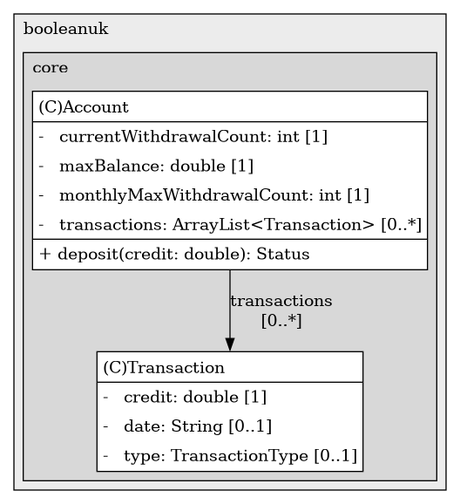
Earlier version of the PlantUML export class-models/Transaction_structure.png (boolean-uk/java-tdd-oop-bank-challenge). Its source is kept beside it as src/main/java/com/booleanuk/core/Transaction_structure.puml. Source of this version:
```plantuml
@startuml




digraph g {
    rankdir="TB"
    splines=polyline


subgraph cluster_2058424510 {
   	label=booleanuk
	labeljust=l
	fillcolor="#ececec"
	style=filled

   subgraph cluster_543727311 {
   	label=core
	labeljust=l
	fillcolor="#d8d8d8"
	style=filled

   Account1325589212[
	label=<<TABLE BORDER="1" CELLBORDER="0" CELLPADDING="4" CELLSPACING="0">
<TR><TD ALIGN="LEFT" >(C)Account</TD></TR>
<HR/>
<TR><TD ALIGN="LEFT" >-   currentWithdrawalCount: int [1]</TD></TR>
<TR><TD ALIGN="LEFT" >-   maxBalance: double [1]</TD></TR>
<TR><TD ALIGN="LEFT" >-   monthlyMaxWithdrawalCount: int [1]</TD></TR>
<TR><TD ALIGN="LEFT" >-   transactions: ArrayList&lt;Transaction&gt; [0..*]</TD></TR>
<HR/>
<TR><TD ALIGN="LEFT" >+ deposit(credit: double): Status</TD></TR>
</TABLE>>
	style=filled
	margin=0
	shape=plaintext
	fillcolor="#FFFFFF"
];

Transaction1325589212[
	label=<<TABLE BORDER="1" CELLBORDER="0" CELLPADDING="4" CELLSPACING="0">
<TR><TD ALIGN="LEFT" >(C)Transaction</TD></TR>
<HR/>
<TR><TD ALIGN="LEFT" >-   credit: double [1]</TD></TR>
<TR><TD ALIGN="LEFT" >-   date: String [0..1]</TD></TR>
<TR><TD ALIGN="LEFT" >-   type: TransactionType [0..1]</TD></TR>
</TABLE>>
	style=filled
	margin=0
	shape=plaintext
	fillcolor="#FFFFFF"
];
}
}

Account1325589212 -> Transaction1325589212[label="transactions
[0..*]"];

}
@enduml
```
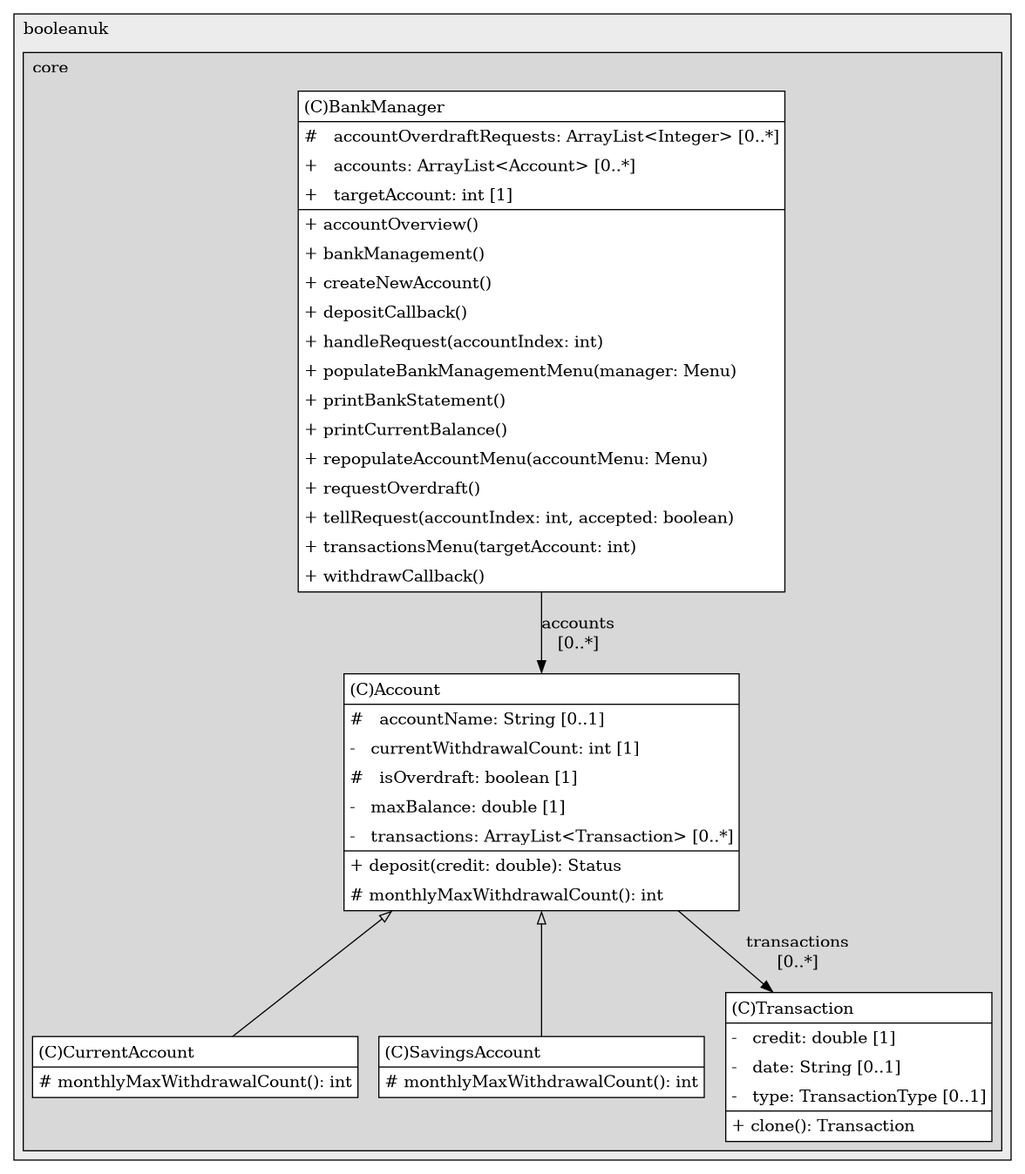
After the commit.

Diff of the diagram source:
```diff
@@ -24,12 +24,66 @@
 	label=<<TABLE BORDER="1" CELLBORDER="0" CELLPADDING="4" CELLSPACING="0">
 <TR><TD ALIGN="LEFT" >(C)Account</TD></TR>
 <HR/>
+<TR><TD ALIGN="LEFT" >#   accountName: String [0..1]</TD></TR>
 <TR><TD ALIGN="LEFT" >-   currentWithdrawalCount: int [1]</TD></TR>
+<TR><TD ALIGN="LEFT" >#   isOverdraft: boolean [1]</TD></TR>
 <TR><TD ALIGN="LEFT" >-   maxBalance: double [1]</TD></TR>
-<TR><TD ALIGN="LEFT" >-   monthlyMaxWithdrawalCount: int [1]</TD></TR>
 <TR><TD ALIGN="LEFT" >-   transactions: ArrayList&lt;Transaction&gt; [0..*]</TD></TR>
 <HR/>
 <TR><TD ALIGN="LEFT" >+ deposit(credit: double): Status</TD></TR>
+<TR><TD ALIGN="LEFT" ># monthlyMaxWithdrawalCount(): int</TD></TR>
+</TABLE>>
+	style=filled
+	margin=0
+	shape=plaintext
+	fillcolor="#FFFFFF"
+];
+
+BankManager1325589212[
+	label=<<TABLE BORDER="1" CELLBORDER="0" CELLPADDING="4" CELLSPACING="0">
+<TR><TD ALIGN="LEFT" >(C)BankManager</TD></TR>
+<HR/>
+<TR><TD ALIGN="LEFT" >#   accountOverdraftRequests: ArrayList&lt;Integer&gt; [0..*]</TD></TR>
+<TR><TD ALIGN="LEFT" >+   accounts: ArrayList&lt;Account&gt; [0..*]</TD></TR>
+<TR><TD ALIGN="LEFT" >+   targetAccount: int [1]</TD></TR>
+<HR/>
+<TR><TD ALIGN="LEFT" >+ accountOverview()</TD></TR>
+<TR><TD ALIGN="LEFT" >+ bankManagement()</TD></TR>
+<TR><TD ALIGN="LEFT" >+ createNewAccount()</TD></TR>
+<TR><TD ALIGN="LEFT" >+ depositCallback()</TD></TR>
+<TR><TD ALIGN="LEFT" >+ handleRequest(accountIndex: int)</TD></TR>
+<TR><TD ALIGN="LEFT" >+ populateBankManagementMenu(manager: Menu)</TD></TR>
+<TR><TD ALIGN="LEFT" >+ printBankStatement()</TD></TR>
+<TR><TD ALIGN="LEFT" >+ printCurrentBalance()</TD></TR>
+<TR><TD ALIGN="LEFT" >+ repopulateAccountMenu(accountMenu: Menu)</TD></TR>
+<TR><TD ALIGN="LEFT" >+ requestOverdraft()</TD></TR>
+<TR><TD ALIGN="LEFT" >+ tellRequest(accountIndex: int, accepted: boolean)</TD></TR>
+<TR><TD ALIGN="LEFT" >+ transactionsMenu(targetAccount: int)</TD></TR>
+<TR><TD ALIGN="LEFT" >+ withdrawCallback()</TD></TR>
+</TABLE>>
+	style=filled
+	margin=0
+	shape=plaintext
+	fillcolor="#FFFFFF"
+];
+
+CurrentAccount1325589212[
+	label=<<TABLE BORDER="1" CELLBORDER="0" CELLPADDING="4" CELLSPACING="0">
+<TR><TD ALIGN="LEFT" >(C)CurrentAccount</TD></TR>
+<HR/>
+<TR><TD ALIGN="LEFT" ># monthlyMaxWithdrawalCount(): int</TD></TR>
+</TABLE>>
+	style=filled
+	margin=0
+	shape=plaintext
+	fillcolor="#FFFFFF"
+];
+
+SavingsAccount1325589212[
+	label=<<TABLE BORDER="1" CELLBORDER="0" CELLPADDING="4" CELLSPACING="0">
+<TR><TD ALIGN="LEFT" >(C)SavingsAccount</TD></TR>
+<HR/>
+<TR><TD ALIGN="LEFT" ># monthlyMaxWithdrawalCount(): int</TD></TR>
 </TABLE>>
 	style=filled
 	margin=0
@@ -44,6 +98,8 @@
 <TR><TD ALIGN="LEFT" >-   credit: double [1]</TD></TR>
 <TR><TD ALIGN="LEFT" >-   date: String [0..1]</TD></TR>
 <TR><TD ALIGN="LEFT" >-   type: TransactionType [0..1]</TD></TR>
+<HR/>
+<TR><TD ALIGN="LEFT" >+ clone(): Transaction</TD></TR>
 </TABLE>>
 	style=filled
 	margin=0
@@ -53,7 +109,11 @@
 }
 }
 
+Account1325589212 -> CurrentAccount1325589212[arrowhead=none, arrowtail=empty, dir=both];
+Account1325589212 -> SavingsAccount1325589212[arrowhead=none, arrowtail=empty, dir=both];
 Account1325589212 -> Transaction1325589212[label="transactions
+[0..*]"];
+BankManager1325589212 -> Account1325589212[label="accounts
 [0..*]"];
 
 }
```
